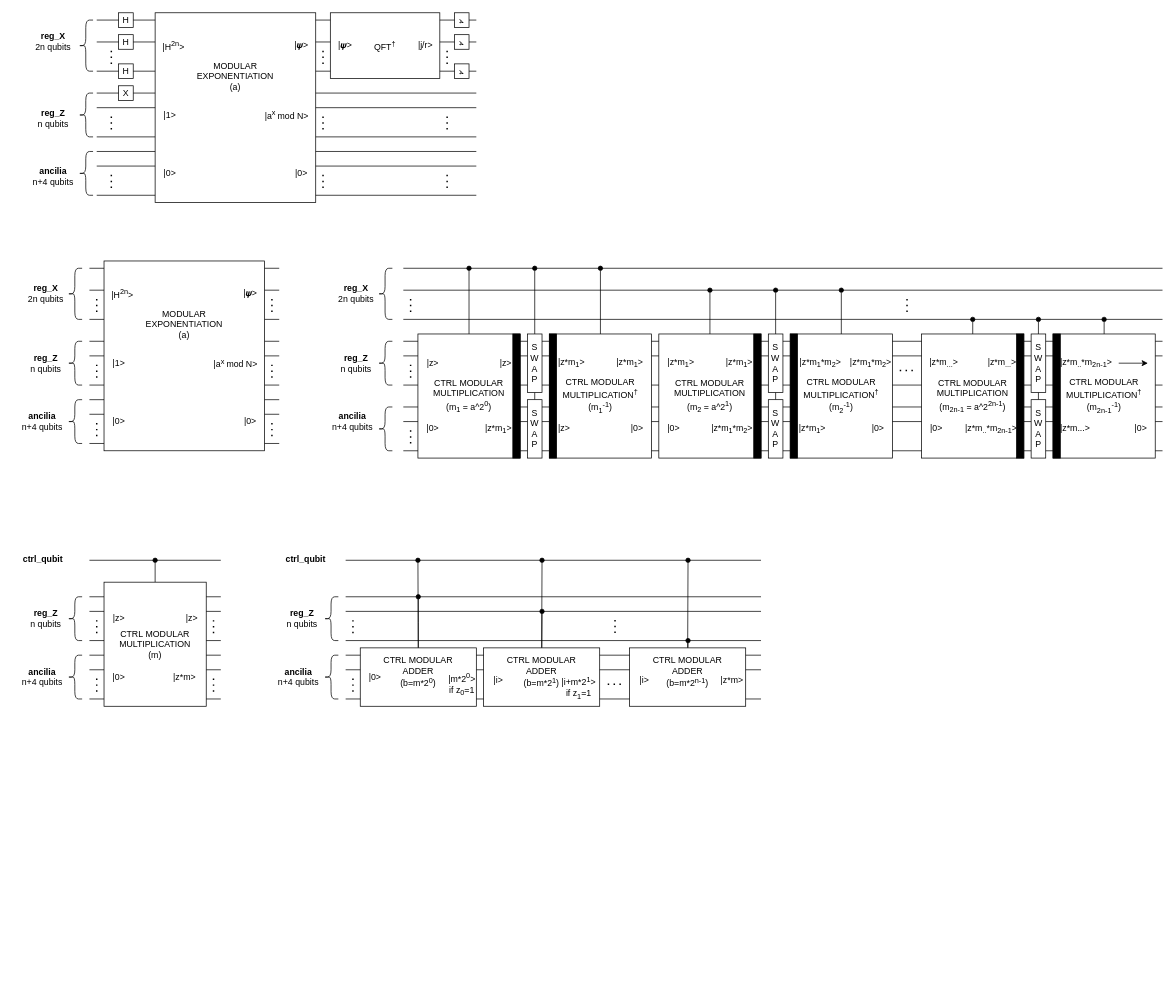
Earlier version of the draw.io diagram page "Shor" (2 of 3) of schemas.drawio (JeremieRodon/quantum-playing). Source tidied: cells renumbered, new cells numbered last; positions are measured from the earlier drawing's top-left corner, leaving out a move shared by most shapes. Both pictures are drawn from the tidied source at 73%, with x=0, y=0 at pixel (12, 12).
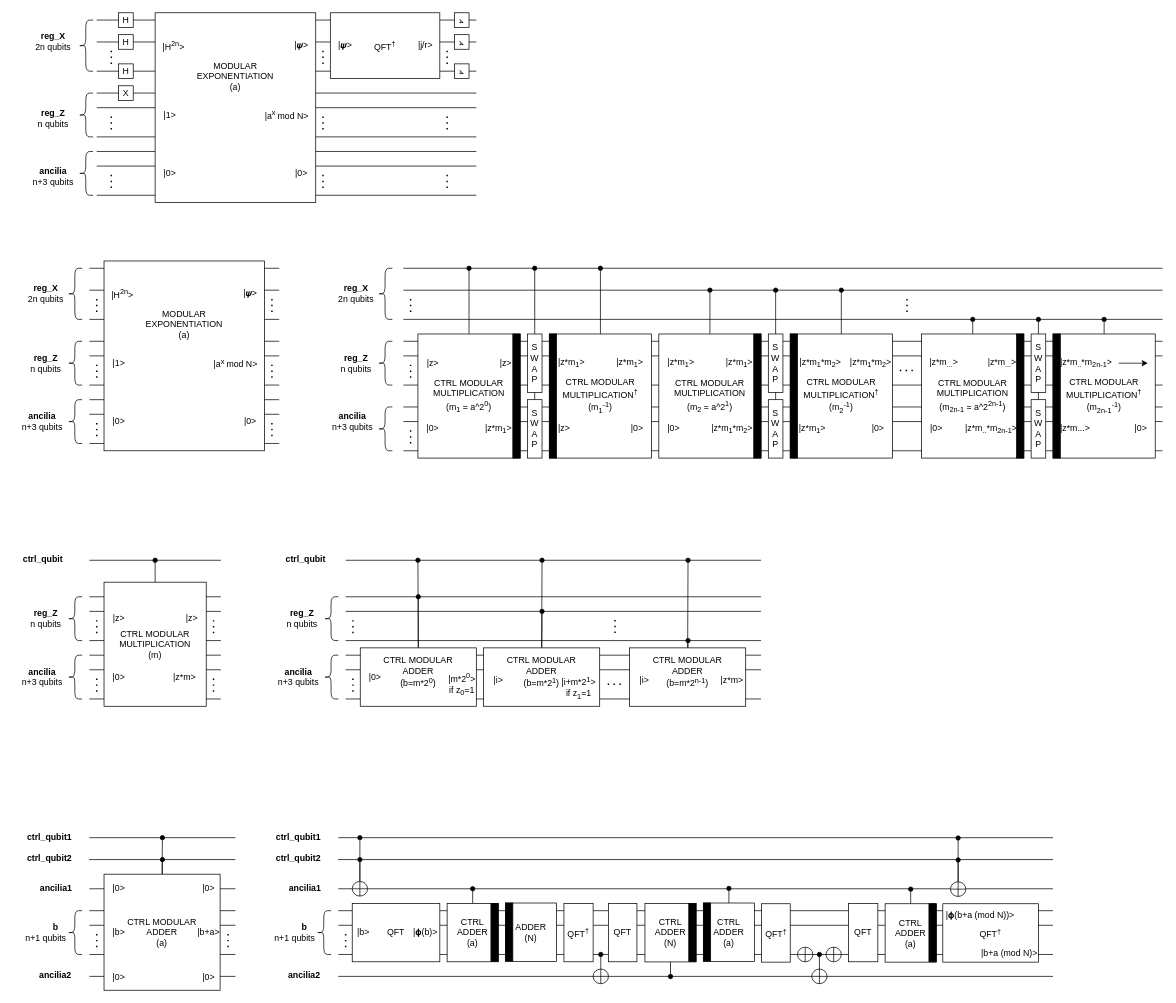
The same page after the edit.

Commit message (it also covers changes not shown here):
Adding new schemas. Sligh improvment of the Shors notebooks. Most notably allowing a reasonnable way of testing the first algorithm locally

The edit, as a diff of the source:
```diff
@@
-    <mxCell id="11" value="&lt;b style=&quot;border-color: var(--border-color);&quot;&gt;ancilia&lt;/b&gt;&lt;br&gt;n+4 qubits" style="text;html=1;align=center;verticalAlign=middle;strokeColor=none;fillColor=none;" parent="1" vertex="1">
+    <mxCell id="11" value="&lt;b style=&quot;border-color: var(--border-color);&quot;&gt;ancilia&lt;/b&gt;&lt;br&gt;n+3 qubits" style="text;html=1;align=center;verticalAlign=middle;strokeColor=none;fillColor=none;" parent="1" vertex="1">
       <mxGeometry x="15" y="205" width="80" height="40" as="geometry" />
     </mxCell>
@@
-    <mxCell id="52" value="&lt;b style=&quot;border-color: var(--border-color);&quot;&gt;ancilia&lt;/b&gt;&lt;br&gt;n+4 qubits" style="text;html=1;align=center;verticalAlign=middle;strokeColor=none;fillColor=none;" parent="1" vertex="1">
+    <mxCell id="52" value="&lt;b style=&quot;border-color: var(--border-color);&quot;&gt;ancilia&lt;/b&gt;&lt;br&gt;n+3 qubits" style="text;html=1;align=center;verticalAlign=middle;strokeColor=none;fillColor=none;" parent="1" vertex="1">
       <mxGeometry y="540" width="80" height="40" as="geometry" />
     </mxCell>
@@
-    <mxCell id="80" value="&lt;b style=&quot;border-color: var(--border-color);&quot;&gt;ancilia&lt;/b&gt;&lt;br&gt;n+4 qubits" style="text;html=1;align=center;verticalAlign=middle;strokeColor=none;fillColor=none;" parent="1" vertex="1">
+    <mxCell id="80" value="&lt;b style=&quot;border-color: var(--border-color);&quot;&gt;ancilia&lt;/b&gt;&lt;br&gt;n+3 qubits" style="text;html=1;align=center;verticalAlign=middle;strokeColor=none;fillColor=none;" parent="1" vertex="1">
       <mxGeometry x="425" y="540" width="80" height="40" as="geometry" />
     </mxCell>
@@
-    <mxCell id="150" value="&lt;b style=&quot;border-color: var(--border-color);&quot;&gt;ancilia&lt;/b&gt;&lt;br&gt;n+4 qubits" style="text;html=1;align=center;verticalAlign=middle;strokeColor=none;fillColor=none;" parent="1" vertex="1">
+    <mxCell id="150" value="&lt;b style=&quot;border-color: var(--border-color);&quot;&gt;ancilia&lt;/b&gt;&lt;br&gt;n+3 qubits" style="text;html=1;align=center;verticalAlign=middle;strokeColor=none;fillColor=none;" parent="1" vertex="1">
       <mxGeometry y="890" width="80" height="40" as="geometry" />
     </mxCell>
@@
-    <mxCell id="172" value="&lt;b style=&quot;border-color: var(--border-color);&quot;&gt;ancilia&lt;/b&gt;&lt;br&gt;n+4 qubits" style="text;html=1;align=center;verticalAlign=middle;strokeColor=none;fillColor=none;" parent="1" vertex="1">
+    <mxCell id="172" value="&lt;b style=&quot;border-color: var(--border-color);&quot;&gt;ancilia&lt;/b&gt;&lt;br&gt;n+3 qubits" style="text;html=1;align=center;verticalAlign=middle;strokeColor=none;fillColor=none;" parent="1" vertex="1">
       <mxGeometry x="351" y="890" width="80" height="40" as="geometry" />
     </mxCell>
@@
+    <mxCell id="198" style="endArrow=none;html=1;rounded=0;" parent="1" edge="1">
+      <mxGeometry relative="1" as="geometry">
+        <mxPoint x="105" y="1130" as="sourcePoint" />
+        <mxPoint x="305" y="1130" as="targetPoint" />
+      </mxGeometry>
+    </mxCell>
+    <mxCell id="199" value="&lt;b&gt;ctrl_qubit1&lt;/b&gt;" style="text;html=1;align=center;verticalAlign=middle;strokeColor=none;fillColor=none;" parent="1" vertex="1">
+      <mxGeometry x="10" y="1114" width="80" height="30" as="geometry" />
+    </mxCell>
+    <mxCell id="200" style="shape=curlyBracket;whiteSpace=wrap;html=1;rounded=1;labelPosition=left;verticalLabelPosition=middle;align=right;verticalAlign=middle;" parent="1" vertex="1">
+      <mxGeometry x="75" y="1230" width="20" height="60" as="geometry" />
+    </mxCell>
+    <mxCell id="201" value="&lt;b&gt;&amp;nbsp; &amp;nbsp; &amp;nbsp; &amp;nbsp; b&lt;br&gt;&lt;/b&gt;n+1 qubits" style="text;html=1;align=center;verticalAlign=middle;strokeColor=none;fillColor=none;" parent="1" vertex="1">
+      <mxGeometry x="5" y="1239.5" width="80" height="40" as="geometry" />
+    </mxCell>
+    <mxCell id="202" style="endArrow=none;html=1;rounded=0;" parent="1" edge="1">
+      <mxGeometry relative="1" as="geometry">
+        <mxPoint x="104.5" y="1160" as="sourcePoint" />
+        <mxPoint x="305" y="1160" as="targetPoint" />
+      </mxGeometry>
+    </mxCell>
+    <mxCell id="203" style="endArrow=none;html=1;rounded=0;" parent="1" edge="1">
+      <mxGeometry relative="1" as="geometry">
+        <mxPoint x="105" y="1230" as="sourcePoint" />
+        <mxPoint x="305" y="1230" as="targetPoint" />
+      </mxGeometry>
+    </mxCell>
+    <mxCell id="204" style="endArrow=none;html=1;rounded=0;" parent="1" edge="1">
+      <mxGeometry relative="1" as="geometry">
+        <mxPoint x="105" y="1250" as="sourcePoint" />
+        <mxPoint x="305" y="1250" as="targetPoint" />
+      </mxGeometry>
+    </mxCell>
+    <mxCell id="205" style="endArrow=none;html=1;rounded=0;" parent="1" edge="1">
+      <mxGeometry relative="1" as="geometry">
+        <mxPoint x="105" y="1290" as="sourcePoint" />
+        <mxPoint x="305" y="1290" as="targetPoint" />
+      </mxGeometry>
+    </mxCell>
+    <mxCell id="206" style="endArrow=none;dashed=1;html=1;dashPattern=1 3;strokeWidth=2;rounded=0;" parent="1" edge="1">
+      <mxGeometry relative="1" as="geometry">
+        <mxPoint x="115" y="1280" as="sourcePoint" />
+        <mxPoint x="115" y="1260" as="targetPoint" />
+      </mxGeometry>
+    </mxCell>
+    <mxCell id="207" style="rounded=0;jettySize=auto;html=1;endArrow=oval;endFill=1;exitX=0.5;exitY=0;exitDx=0;exitDy=0;" parent="1" edge="1" source="214">
+      <mxGeometry relative="1" as="geometry">
+        <mxPoint x="205" y="1130" as="targetPoint" />
+      </mxGeometry>
+    </mxCell>
+    <mxCell id="208" value="&lt;b&gt;ctrl_qubit2&lt;/b&gt;" style="text;html=1;align=center;verticalAlign=middle;strokeColor=none;fillColor=none;" parent="1" vertex="1">
+      <mxGeometry x="10" y="1144" width="80" height="30" as="geometry" />
+    </mxCell>
+    <mxCell id="209" style="endArrow=none;html=1;rounded=0;" parent="1" edge="1">
+      <mxGeometry relative="1" as="geometry">
+        <mxPoint x="105" y="1200" as="sourcePoint" />
+        <mxPoint x="305" y="1200" as="targetPoint" />
+      </mxGeometry>
+    </mxCell>
+    <mxCell id="210" value="&lt;b&gt;ancilia1&lt;/b&gt;" style="text;html=1;align=center;verticalAlign=middle;strokeColor=none;fillColor=none;" parent="1" vertex="1">
+      <mxGeometry x="24" y="1185" width="70" height="30" as="geometry" />
+    </mxCell>
+    <mxCell id="211" style="endArrow=none;html=1;rounded=0;" parent="1" edge="1">
+      <mxGeometry relative="1" as="geometry">
+        <mxPoint x="105" y="1320" as="sourcePoint" />
+        <mxPoint x="305" y="1320" as="targetPoint" />
+      </mxGeometry>
+    </mxCell>
+    <mxCell id="212" value="&lt;b&gt;ancilia2&lt;/b&gt;" style="text;html=1;align=center;verticalAlign=middle;strokeColor=none;fillColor=none;" parent="1" vertex="1">
+      <mxGeometry x="23" y="1304" width="70" height="30" as="geometry" />
+    </mxCell>
+    <mxCell id="213" style="rounded=0;jettySize=auto;html=1;endArrow=oval;endFill=1;" parent="1" edge="1" source="214">
+      <mxGeometry relative="1" as="geometry">
+        <mxPoint x="205" y="1160" as="targetPoint" />
+      </mxGeometry>
+    </mxCell>
+    <mxCell id="214" value="CTRL&amp;nbsp;MODULAR&lt;br&gt;ADDER&lt;br&gt;(a)&lt;br&gt;" style="rounded=0;whiteSpace=wrap;html=1;" parent="1" vertex="1">
+      <mxGeometry x="125" y="1180" width="159" height="159" as="geometry" />
+    </mxCell>
+    <mxCell id="215" value="|b&amp;gt;" style="text;html=1;align=center;verticalAlign=middle;strokeColor=none;fillColor=none;" parent="1" vertex="1">
+      <mxGeometry x="125" y="1245" width="40" height="30" as="geometry" />
+    </mxCell>
+    <mxCell id="216" value="|b+a&amp;gt;" style="text;html=1;align=center;verticalAlign=middle;strokeColor=none;fillColor=none;" parent="1" vertex="1">
+      <mxGeometry x="243" y="1245" width="50" height="30" as="geometry" />
+    </mxCell>
+    <mxCell id="217" value="|0&amp;gt;" style="text;html=1;align=center;verticalAlign=middle;strokeColor=none;fillColor=none;" parent="1" vertex="1">
+      <mxGeometry x="125" y="1185" width="40" height="30" as="geometry" />
+    </mxCell>
+    <mxCell id="218" value="|0&amp;gt;" style="text;html=1;align=center;verticalAlign=middle;strokeColor=none;fillColor=none;" parent="1" vertex="1">
+      <mxGeometry x="125" y="1307" width="40" height="30" as="geometry" />
+    </mxCell>
+    <mxCell id="219" style="endArrow=none;dashed=1;html=1;dashPattern=1 3;strokeWidth=2;rounded=0;" parent="1" edge="1">
+      <mxGeometry relative="1" as="geometry">
+        <mxPoint x="295" y="1280" as="sourcePoint" />
+        <mxPoint x="295" y="1260" as="targetPoint" />
+      </mxGeometry>
+    </mxCell>
+    <mxCell id="220" value="|0&amp;gt;" style="text;html=1;align=center;verticalAlign=middle;strokeColor=none;fillColor=none;" parent="1" vertex="1">
+      <mxGeometry x="248" y="1307" width="40" height="30" as="geometry" />
+    </mxCell>
+    <mxCell id="221" value="|0&amp;gt;" style="text;html=1;align=center;verticalAlign=middle;strokeColor=none;fillColor=none;" parent="1" vertex="1">
+      <mxGeometry x="248" y="1185" width="40" height="30" as="geometry" />
+    </mxCell>
+    <mxCell id="222" style="endArrow=none;html=1;rounded=0;" parent="1" edge="1">
+      <mxGeometry relative="1" as="geometry">
+        <mxPoint x="446" y="1130" as="sourcePoint" />
+        <mxPoint x="1425" y="1130" as="targetPoint" />
+      </mxGeometry>
+    </mxCell>
+    <mxCell id="223" value="&lt;b&gt;ctrl_qubit1&lt;/b&gt;" style="text;html=1;align=center;verticalAlign=middle;strokeColor=none;fillColor=none;" parent="1" vertex="1">
+      <mxGeometry x="351" y="1114" width="80" height="30" as="geometry" />
+    </mxCell>
+    <mxCell id="224" style="shape=curlyBracket;whiteSpace=wrap;html=1;rounded=1;labelPosition=left;verticalLabelPosition=middle;align=right;verticalAlign=middle;" parent="1" vertex="1">
+      <mxGeometry x="416" y="1230" width="20" height="60" as="geometry" />
+    </mxCell>
+    <mxCell id="225" value="&lt;b&gt;&amp;nbsp; &amp;nbsp; &amp;nbsp; &amp;nbsp; b&lt;br&gt;&lt;/b&gt;n+1 qubits" style="text;html=1;align=center;verticalAlign=middle;strokeColor=none;fillColor=none;" parent="1" vertex="1">
+      <mxGeometry x="346" y="1239.5" width="80" height="40" as="geometry" />
+    </mxCell>
+    <mxCell id="226" style="endArrow=none;html=1;rounded=0;" parent="1" edge="1">
+      <mxGeometry relative="1" as="geometry">
+        <mxPoint x="445.5" y="1160" as="sourcePoint" />
+        <mxPoint x="1425" y="1160" as="targetPoint" />
+      </mxGeometry>
+    </mxCell>
+    <mxCell id="227" style="endArrow=none;html=1;rounded=0;" parent="1" edge="1">
+      <mxGeometry relative="1" as="geometry">
+        <mxPoint x="446" y="1230" as="sourcePoint" />
+        <mxPoint x="1425" y="1230" as="targetPoint" />
+      </mxGeometry>
+    </mxCell>
+    <mxCell id="228" style="endArrow=none;html=1;rounded=0;" parent="1" edge="1">
+      <mxGeometry relative="1" as="geometry">
+        <mxPoint x="446" y="1250" as="sourcePoint" />
+        <mxPoint x="1425" y="1250" as="targetPoint" />
+      </mxGeometry>
+    </mxCell>
+    <mxCell id="229" style="endArrow=none;html=1;rounded=0;" parent="1" edge="1">
+      <mxGeometry relative="1" as="geometry">
+        <mxPoint x="446" y="1290" as="sourcePoint" />
+        <mxPoint x="1425" y="1290" as="targetPoint" />
+      </mxGeometry>
+    </mxCell>
+    <mxCell id="230" style="endArrow=none;dashed=1;html=1;dashPattern=1 3;strokeWidth=2;rounded=0;" parent="1" edge="1">
+      <mxGeometry relative="1" as="geometry">
+        <mxPoint x="456" y="1280" as="sourcePoint" />
+        <mxPoint x="456" y="1260" as="targetPoint" />
+      </mxGeometry>
+    </mxCell>
+    <mxCell id="231" value="&lt;b&gt;ctrl_qubit2&lt;/b&gt;" style="text;html=1;align=center;verticalAlign=middle;strokeColor=none;fillColor=none;" parent="1" vertex="1">
+      <mxGeometry x="351" y="1144" width="80" height="30" as="geometry" />
+    </mxCell>
+    <mxCell id="232" style="endArrow=none;html=1;rounded=0;" parent="1" edge="1">
+      <mxGeometry relative="1" as="geometry">
+        <mxPoint x="446" y="1200" as="sourcePoint" />
+        <mxPoint x="1425" y="1200" as="targetPoint" />
+      </mxGeometry>
+    </mxCell>
+    <mxCell id="233" value="&lt;b&gt;ancilia1&lt;/b&gt;" style="text;html=1;align=center;verticalAlign=middle;strokeColor=none;fillColor=none;" parent="1" vertex="1">
+      <mxGeometry x="365" y="1185" width="70" height="30" as="geometry" />
+    </mxCell>
+    <mxCell id="234" style="endArrow=none;html=1;rounded=0;" parent="1" edge="1">
+      <mxGeometry relative="1" as="geometry">
+        <mxPoint x="446" y="1320" as="sourcePoint" />
+        <mxPoint x="1425" y="1320" as="targetPoint" />
+      </mxGeometry>
+    </mxCell>
+    <mxCell id="235" value="&lt;b&gt;ancilia2&lt;/b&gt;" style="text;html=1;align=center;verticalAlign=middle;strokeColor=none;fillColor=none;" parent="1" vertex="1">
+      <mxGeometry x="364" y="1304" width="70" height="30" as="geometry" />
+    </mxCell>
+    <mxCell id="236" style="edgeStyle=orthogonalEdgeStyle;rounded=0;jettySize=auto;html=1;endArrow=oval;endFill=1;" parent="1" edge="1" source="238">
+      <mxGeometry relative="1" as="geometry">
+        <mxPoint x="475.5" y="1160" as="targetPoint" />
+      </mxGeometry>
+    </mxCell>
+    <mxCell id="237" style="edgeStyle=orthogonalEdgeStyle;rounded=0;jettySize=auto;html=1;endArrow=oval;endFill=1;" parent="1" edge="1" source="238">
+      <mxGeometry relative="1" as="geometry">
+        <mxPoint x="475.5" y="1130" as="targetPoint" />
+      </mxGeometry>
+    </mxCell>
+    <mxCell id="238" style="shape=orEllipse;perimeter=ellipsePerimeter;whiteSpace=wrap;html=1;backgroundOutline=1;" parent="1" vertex="1">
+      <mxGeometry x="465" y="1190" width="21" height="20" as="geometry" />
+    </mxCell>
+    <mxCell id="239" value="QFT&lt;span id=&quot;docs-internal-guid-66bec11a-7fff-207b-f78b-7643b8b706ee&quot;&gt;&lt;/span&gt;" style="rounded=0;whiteSpace=wrap;html=1;" parent="1" vertex="1">
+      <mxGeometry x="465" y="1220" width="120" height="80" as="geometry" />
+    </mxCell>
+    <mxCell id="240" value="|b&amp;gt;" style="text;html=1;align=center;verticalAlign=middle;strokeColor=none;fillColor=none;" parent="1" vertex="1">
+      <mxGeometry x="460" y="1245" width="40" height="30" as="geometry" />
+    </mxCell>
+    <mxCell id="241" value="|𝛟(b)&amp;gt;" style="text;html=1;align=center;verticalAlign=middle;strokeColor=none;fillColor=none;" parent="1" vertex="1">
+      <mxGeometry x="535" y="1245" width="60" height="30" as="geometry" />
+    </mxCell>
+    <mxCell id="242" style="edgeStyle=orthogonalEdgeStyle;rounded=0;jettySize=auto;html=1;endArrow=oval;endFill=1;" parent="1" edge="1" source="243">
+      <mxGeometry relative="1" as="geometry">
+        <mxPoint x="630" y="1200" as="targetPoint" />
+      </mxGeometry>
+    </mxCell>
+    <mxCell id="243" value="CTRL&lt;br&gt;ADDER&lt;br&gt;(a)" style="rounded=0;whiteSpace=wrap;html=1;" parent="1" vertex="1">
+      <mxGeometry x="595" y="1220" width="70" height="80" as="geometry" />
+    </mxCell>
+    <mxCell id="244" style="rounded=0;whiteSpace=wrap;html=1;fillColor=#000000;" parent="1" vertex="1">
+      <mxGeometry x="655" y="1220" width="10" height="79.5" as="geometry" />
+    </mxCell>
+    <mxCell id="245" style="edgeStyle=orthogonalEdgeStyle;rounded=0;jettySize=auto;html=1;endArrow=oval;endFill=1;" parent="1" edge="1" source="246">
+      <mxGeometry relative="1" as="geometry">
+        <mxPoint x="1230" y="1200.5" as="targetPoint" />
+      </mxGeometry>
+    </mxCell>
+    <mxCell id="246" value="CTRL&lt;br&gt;ADDER&lt;br&gt;(a)" style="rounded=0;whiteSpace=wrap;html=1;" parent="1" vertex="1">
+      <mxGeometry x="1195" y="1220.5" width="70" height="80" as="geometry" />
+    </mxCell>
+    <mxCell id="247" style="rounded=0;whiteSpace=wrap;html=1;fillColor=#000000;" parent="1" vertex="1">
+      <mxGeometry x="1255" y="1220.5" width="10" height="79.5" as="geometry" />
+    </mxCell>
+    <mxCell id="248" style="edgeStyle=orthogonalEdgeStyle;rounded=0;jettySize=auto;html=1;endArrow=oval;endFill=1;" parent="1" edge="1" source="249">
+      <mxGeometry relative="1" as="geometry">
+        <mxPoint x="981" y="1199.5" as="targetPoint" />
+      </mxGeometry>
+    </mxCell>
+    <mxCell id="249" value="CTRL&lt;br&gt;ADDER&lt;br&gt;(a)" style="rounded=0;whiteSpace=wrap;html=1;" parent="1" vertex="1">
+      <mxGeometry x="946" y="1219.5" width="70" height="80" as="geometry" />
+    </mxCell>
+    <mxCell id="250" style="rounded=0;whiteSpace=wrap;html=1;fillColor=#000000;" parent="1" vertex="1">
+      <mxGeometry x="946" y="1219.5" width="10" height="79.5" as="geometry" />
+    </mxCell>
+    <mxCell id="251" value="ADDER&lt;br&gt;(N)" style="rounded=0;whiteSpace=wrap;html=1;" parent="1" vertex="1">
+      <mxGeometry x="675" y="1219.5" width="70" height="80" as="geometry" />
+    </mxCell>
+    <mxCell id="252" style="rounded=0;whiteSpace=wrap;html=1;fillColor=#000000;" parent="1" vertex="1">
+      <mxGeometry x="675" y="1219.5" width="10" height="79.5" as="geometry" />
+    </mxCell>
+    <mxCell id="253" value="QFT&lt;sup&gt;†&lt;/sup&gt;&lt;span id=&quot;docs-internal-guid-66bec11a-7fff-207b-f78b-7643b8b706ee&quot;&gt;&lt;/span&gt;" style="rounded=0;whiteSpace=wrap;html=1;" parent="1" vertex="1">
+      <mxGeometry x="755" y="1220" width="40" height="80" as="geometry" />
+    </mxCell>
+    <mxCell id="254" value="QFT&lt;span id=&quot;docs-internal-guid-66bec11a-7fff-207b-f78b-7643b8b706ee&quot;&gt;&lt;/span&gt;" style="rounded=0;whiteSpace=wrap;html=1;" parent="1" vertex="1">
+      <mxGeometry x="816" y="1220" width="39" height="80" as="geometry" />
+    </mxCell>
+    <mxCell id="255" style="edgeStyle=orthogonalEdgeStyle;rounded=0;jettySize=auto;html=1;endArrow=oval;endFill=1;" parent="1" edge="1" source="256">
+      <mxGeometry relative="1" as="geometry">
+        <mxPoint x="805.5" y="1290" as="targetPoint" />
+      </mxGeometry>
+    </mxCell>
+    <mxCell id="256" style="shape=orEllipse;perimeter=ellipsePerimeter;whiteSpace=wrap;html=1;backgroundOutline=1;" parent="1" vertex="1">
+      <mxGeometry x="795" y="1310" width="21" height="20" as="geometry" />
+    </mxCell>
+    <mxCell id="257" style="edgeStyle=orthogonalEdgeStyle;rounded=0;jettySize=auto;html=1;endArrow=oval;endFill=1;" parent="1" edge="1" source="258">
+      <mxGeometry relative="1" as="geometry">
+        <mxPoint x="901" y="1320.5" as="targetPoint" />
+      </mxGeometry>
+    </mxCell>
+    <mxCell id="258" value="CTRL&lt;br&gt;ADDER&lt;br&gt;(N)" style="rounded=0;whiteSpace=wrap;html=1;" parent="1" vertex="1">
+      <mxGeometry x="866" y="1220.2" width="70" height="80" as="geometry" />
+    </mxCell>
+    <mxCell id="259" style="rounded=0;whiteSpace=wrap;html=1;fillColor=#000000;" parent="1" vertex="1">
+      <mxGeometry x="926" y="1220.2" width="10" height="79.5" as="geometry" />
+    </mxCell>
+    <mxCell id="260" value="QFT&lt;sup&gt;†&lt;/sup&gt;&lt;span id=&quot;docs-internal-guid-66bec11a-7fff-207b-f78b-7643b8b706ee&quot;&gt;&lt;/span&gt;" style="rounded=0;whiteSpace=wrap;html=1;" parent="1" vertex="1">
+      <mxGeometry x="1025.5" y="1220.5" width="39.5" height="80" as="geometry" />
+    </mxCell>
+    <mxCell id="261" value="QFT&lt;span id=&quot;docs-internal-guid-66bec11a-7fff-207b-f78b-7643b8b706ee&quot;&gt;&lt;/span&gt;" style="rounded=0;whiteSpace=wrap;html=1;" parent="1" vertex="1">
+      <mxGeometry x="1145" y="1220" width="40" height="80" as="geometry" />
+    </mxCell>
+    <mxCell id="262" style="shape=orEllipse;perimeter=ellipsePerimeter;whiteSpace=wrap;html=1;backgroundOutline=1;" parent="1" vertex="1">
+      <mxGeometry x="1075" y="1280" width="21" height="20" as="geometry" />
+    </mxCell>
+    <mxCell id="263" style="edgeStyle=orthogonalEdgeStyle;rounded=0;jettySize=auto;html=1;endArrow=oval;endFill=1;" parent="1" edge="1" source="264">
+      <mxGeometry relative="1" as="geometry">
+        <mxPoint x="1105" y="1290" as="targetPoint" />
+      </mxGeometry>
+    </mxCell>
+    <mxCell id="264" style="shape=orEllipse;perimeter=ellipsePerimeter;whiteSpace=wrap;html=1;backgroundOutline=1;" parent="1" vertex="1">
+      <mxGeometry x="1094.5" y="1310" width="21" height="20" as="geometry" />
+    </mxCell>
+    <mxCell id="265" style="shape=orEllipse;perimeter=ellipsePerimeter;whiteSpace=wrap;html=1;backgroundOutline=1;" parent="1" vertex="1">
+      <mxGeometry x="1114" y="1280" width="21" height="20" as="geometry" />
+    </mxCell>
+    <mxCell id="266" style="edgeStyle=orthogonalEdgeStyle;rounded=0;jettySize=auto;html=1;endArrow=oval;endFill=1;" parent="1" edge="1" source="268">
+      <mxGeometry relative="1" as="geometry">
+        <mxPoint x="1295" y="1160.5" as="targetPoint" />
+      </mxGeometry>
+    </mxCell>
+    <mxCell id="267" style="edgeStyle=orthogonalEdgeStyle;rounded=0;jettySize=auto;html=1;endArrow=oval;endFill=1;" parent="1" edge="1" source="268">
+      <mxGeometry relative="1" as="geometry">
+        <mxPoint x="1295" y="1130.5" as="targetPoint" />
+      </mxGeometry>
+    </mxCell>
+    <mxCell id="268" style="shape=orEllipse;perimeter=ellipsePerimeter;whiteSpace=wrap;html=1;backgroundOutline=1;" parent="1" vertex="1">
+      <mxGeometry x="1284.5" y="1190.5" width="21" height="20" as="geometry" />
+    </mxCell>
+    <mxCell id="269" value="QFT&lt;sup&gt;†&lt;/sup&gt;&lt;span id=&quot;docs-internal-guid-66bec11a-7fff-207b-f78b-7643b8b706ee&quot;&gt;&lt;/span&gt;" style="rounded=0;whiteSpace=wrap;html=1;" parent="1" vertex="1">
+      <mxGeometry x="1274" y="1220.5" width="131" height="80" as="geometry" />
+    </mxCell>
+    <mxCell id="270" value="|𝛟(b+a (mod N))&amp;gt;" style="text;html=1;align=center;verticalAlign=middle;strokeColor=none;fillColor=none;" parent="1" vertex="1">
+      <mxGeometry x="1265" y="1220.5" width="120" height="30" as="geometry" />
+    </mxCell>
+    <mxCell id="271" value="|b+a (mod N)&amp;gt;" style="text;html=1;align=center;verticalAlign=middle;strokeColor=none;fillColor=none;" parent="1" vertex="1">
+      <mxGeometry x="1314.5" y="1274" width="100" height="30" as="geometry" />
+    </mxCell>
```
